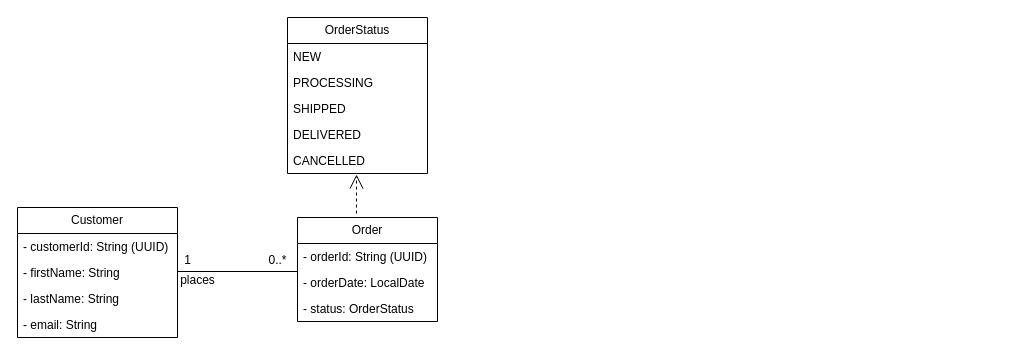
The draw.io diagram page "eCommerce" (10 of 10) of UML Diagram/Practice.drawio in prakashbtech87/aaaaaaaaaaaPrakashDrawIORepo, before the edit. Source tidied: cells renumbered, new cells numbered last; positions are measured from the earlier drawing's top-left corner, leaving out a move shared by most shapes. Both pictures are drawn from the tidied source at 100%, with x=0, y=0 at pixel (17, 17).
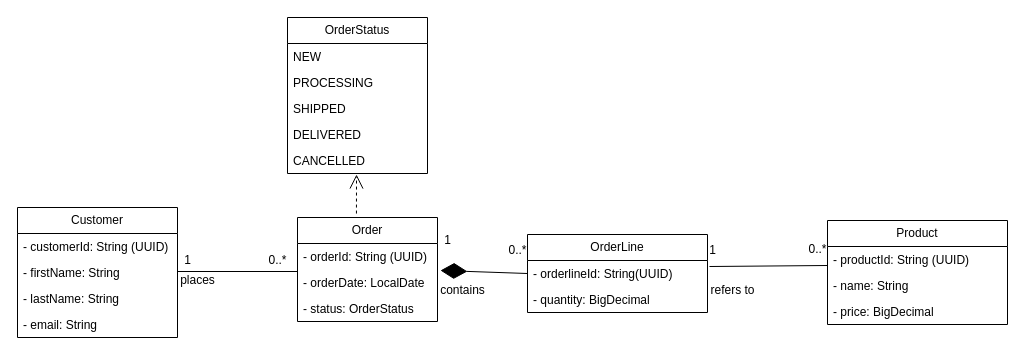
After the change.

Unchanged cells that the change refers to:
```xml
<mxCell id="9" value="- orderDate: LocalDate" style="text;strokeColor=none;fillColor=none;align=left;verticalAlign=top;spacingLeft=4;spacingRight=4;overflow=hidden;points=[[0,0.5],[1,0.5]];portConstraint=eastwest;whiteSpace=wrap;html=1;" parent="7" vertex="1">
  <mxGeometry y="52" width="140" height="26" as="geometry" />
</mxCell>
```

Diff of the diagram source:
```diff
@@
+    <mxCell id="22" value="Product" style="swimlane;fontStyle=0;horizontal=1;startSize=26;fillColor=none;whiteSpace=wrap;html=1;" parent="1" vertex="1">
+      <mxGeometry x="810" y="203" width="180" height="104" as="geometry" />
+    </mxCell>
+    <mxCell id="23" value="- productId: String (UUID)" style="text;strokeColor=none;fillColor=none;align=left;verticalAlign=top;spacingLeft=4;spacingRight=4;overflow=hidden;whiteSpace=wrap;html=1;" parent="22" vertex="1">
+      <mxGeometry y="26" width="180" height="26" as="geometry" />
+    </mxCell>
+    <mxCell id="24" value="- name: String" style="text;strokeColor=none;fillColor=none;align=left;verticalAlign=top;spacingLeft=4;spacingRight=4;overflow=hidden;whiteSpace=wrap;html=1;" parent="22" vertex="1">
+      <mxGeometry y="52" width="180" height="26" as="geometry" />
+    </mxCell>
+    <mxCell id="25" value="- price: BigDecimal" style="text;strokeColor=none;fillColor=none;align=left;verticalAlign=top;spacingLeft=4;spacingRight=4;overflow=hidden;whiteSpace=wrap;html=1;" parent="22" vertex="1">
+      <mxGeometry y="78" width="180" height="26" as="geometry" />
+    </mxCell>
+    <mxCell id="26" value="OrderLine" style="swimlane;fontStyle=0;horizontal=1;startSize=26;fillColor=none;whiteSpace=wrap;html=1;" parent="1" vertex="1">
+      <mxGeometry x="510" y="217" width="180" height="78" as="geometry" />
+    </mxCell>
+    <mxCell id="27" value="- orderlineId: String(UUID)" style="text;strokeColor=none;fillColor=none;align=left;verticalAlign=top;spacingLeft=4;spacingRight=4;overflow=hidden;points=[[0,0.5],[1,0.5]];portConstraint=eastwest;whiteSpace=wrap;html=1;" parent="26" vertex="1">
+      <mxGeometry y="26" width="180" height="26" as="geometry" />
+    </mxCell>
+    <mxCell id="28" value="- quantity: BigDecimal" style="text;strokeColor=none;fillColor=none;align=left;verticalAlign=top;spacingLeft=4;spacingRight=4;overflow=hidden;whiteSpace=wrap;html=1;" parent="26" vertex="1">
+      <mxGeometry y="52" width="180" height="26" as="geometry" />
+    </mxCell>
+    <mxCell id="29" value="1" style="text;html=1;align=center;verticalAlign=middle;strokeColor=none;fillColor=none;" parent="1" vertex="1">
+      <mxGeometry x="415" y="208" width="30" height="30" as="geometry" />
+    </mxCell>
+    <mxCell id="30" value="0..*" style="text;html=1;align=center;verticalAlign=middle;strokeColor=none;fillColor=none;" parent="1" vertex="1">
+      <mxGeometry x="480" y="218" width="40" height="30" as="geometry" />
+    </mxCell>
+    <mxCell id="31" style="endArrow=none;html=1;rounded=0;exitX=1.011;exitY=0.231;exitDx=0;exitDy=0;exitPerimeter=0;" parent="1" edge="1" source="27">
+      <mxGeometry relative="1" as="geometry">
+        <mxPoint x="810" y="248" as="targetPoint" />
+      </mxGeometry>
+    </mxCell>
+    <mxCell id="32" value="0..*" style="text;html=1;align=center;verticalAlign=middle;strokeColor=none;fillColor=none;" parent="1" vertex="1">
+      <mxGeometry x="780" y="217" width="40" height="30" as="geometry" />
+    </mxCell>
+    <mxCell id="33" value="1" style="text;html=1;align=center;verticalAlign=middle;strokeColor=none;fillColor=none;" parent="1" vertex="1">
+      <mxGeometry x="680" y="218" width="30" height="30" as="geometry" />
+    </mxCell>
+    <mxCell id="34" style="endArrow=diamondThin;endFill=1;endSize=24;html=1;rounded=0;entryX=1.021;entryY=0.038;entryDx=0;entryDy=0;entryPerimeter=0;exitX=0;exitY=0.5;exitDx=0;exitDy=0;" parent="1" edge="1" source="27" target="9">
+      <mxGeometry relative="1" as="geometry" />
+    </mxCell>
+    <mxCell id="35" value="contains" style="text;html=1;align=center;verticalAlign=middle;strokeColor=none;fillColor=none;" parent="1" vertex="1">
+      <mxGeometry x="410" y="258" width="70" height="30" as="geometry" />
+    </mxCell>
+    <mxCell id="36" value="refers to" style="text;html=1;align=center;verticalAlign=middle;strokeColor=none;fillColor=none;" parent="1" vertex="1">
+      <mxGeometry x="680" y="258" width="70" height="30" as="geometry" />
+    </mxCell>
```
